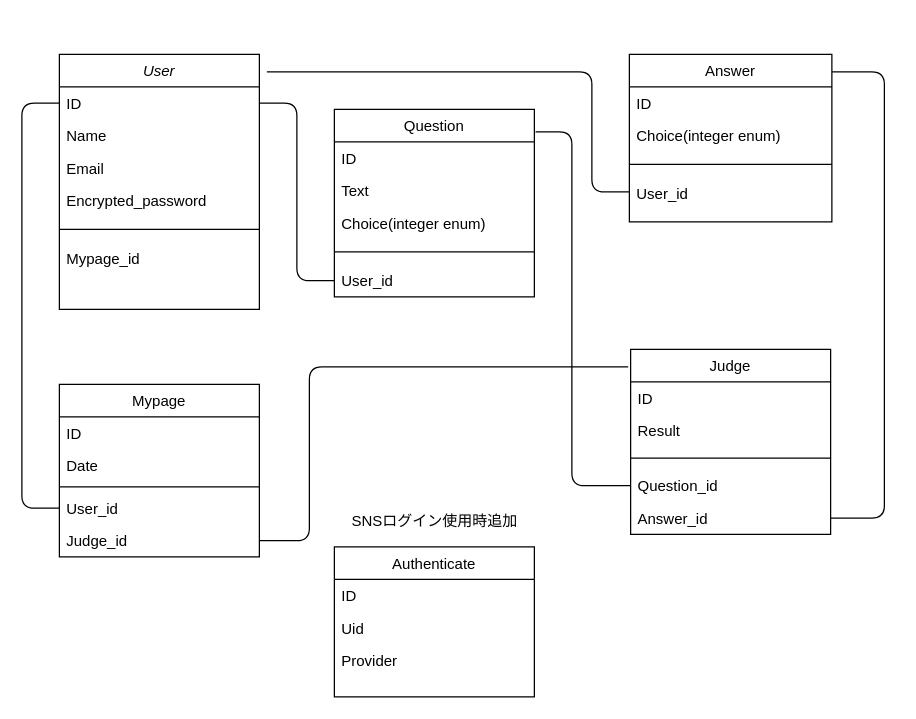
This is ER図.drawio from kyohei-917/meat_head, a draw.io file, before an edit. Source tidied: cells renumbered, new cells numbered last; positions are measured from the earlier drawing's top-left corner, leaving out a move shared by most shapes. Both pictures are drawn from the tidied source at 125%, with x=0, y=0 at pixel (21, 54).
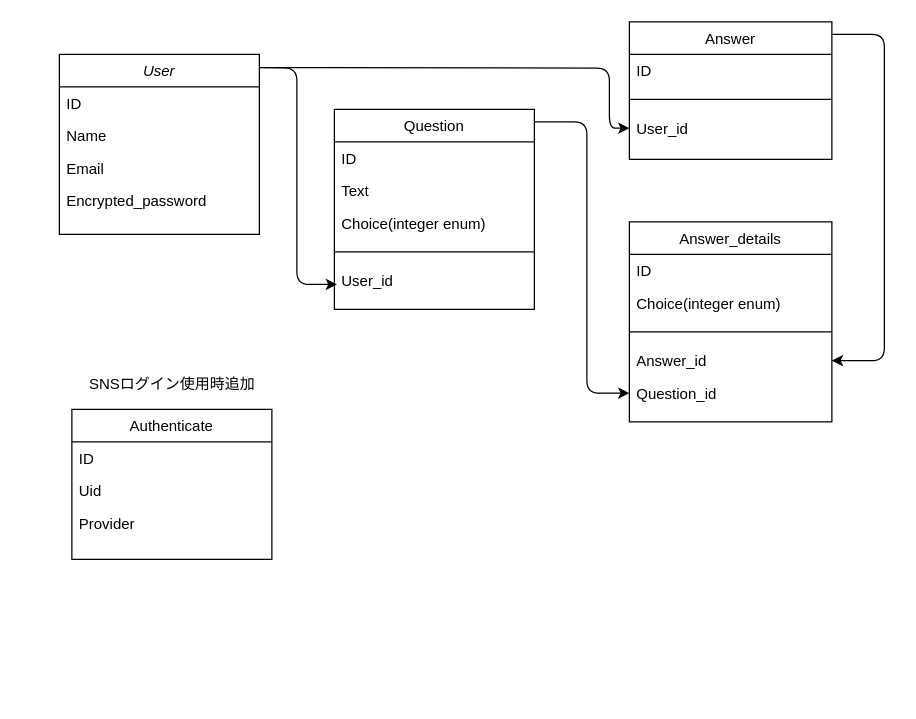
After the change.

The change refers to these unchanged cells:
```xml
<mxCell id="3" value="ID" style="text;align=left;verticalAlign=top;spacingLeft=4;spacingRight=4;overflow=hidden;points=[[0,0.5],[1,0.5]];portConstraint=eastwest;" parent="2" vertex="1">
  <mxGeometry y="26" width="160" height="26" as="geometry" />
</mxCell>
```

Change to the diagram source:
```diff
@@
     <mxCell id="2" value="User" style="swimlane;fontStyle=2;align=center;verticalAlign=top;horizontal=1;startSize=26;rounded=0;shadow=0;strokeWidth=1;" parent="1" vertex="1">
-      <mxGeometry x="30" width="160" height="204" as="geometry" />
+      <mxGeometry x="30" width="160" height="144" as="geometry" />
     </mxCell>
@@
-    <mxCell id="7" style="line;html=1;strokeWidth=1;align=left;verticalAlign=middle;spacingTop=-1;spacingLeft=3;spacingRight=3;labelPosition=right;" parent="2" vertex="1">
-      <mxGeometry y="130" width="160" height="20" as="geometry" />
-    </mxCell>
-    <mxCell id="8" value="Mypage_id" style="text;align=left;verticalAlign=top;spacingLeft=4;spacingRight=4;overflow=hidden;rounded=0;shadow=0;html=0;" parent="2" vertex="1">
-      <mxGeometry y="150" width="160" height="26" as="geometry" />
-    </mxCell>
-    <mxCell id="9" value="Judge" style="swimlane;fontStyle=0;align=center;verticalAlign=top;horizontal=1;startSize=26;rounded=0;shadow=0;strokeWidth=1;" parent="1" vertex="1">
-      <mxGeometry x="487" y="236" width="160" height="148" as="geometry" />
-    </mxCell>
-    <mxCell id="10" value="ID" style="text;align=left;verticalAlign=top;spacingLeft=4;spacingRight=4;overflow=hidden;" parent="9" vertex="1">
-      <mxGeometry y="26" width="160" height="26" as="geometry" />
-    </mxCell>
-    <mxCell id="11" value="Result" style="text;align=left;verticalAlign=top;spacingLeft=4;spacingRight=4;overflow=hidden;" parent="9" vertex="1">
-      <mxGeometry y="52" width="160" height="26" as="geometry" />
-    </mxCell>
-    <mxCell id="12" style="line;html=1;strokeWidth=1;align=left;verticalAlign=middle;spacingTop=-1;spacingLeft=3;spacingRight=3;labelPosition=right;" parent="9" vertex="1">
-      <mxGeometry y="78" width="160" height="18" as="geometry" />
-    </mxCell>
-    <mxCell id="13" value="Question_id" style="text;align=left;verticalAlign=top;spacingLeft=4;spacingRight=4;overflow=hidden;points=[[0,0.5],[1,0.5]];portConstraint=eastwest;" parent="9" vertex="1">
-      <mxGeometry y="96" width="160" height="26" as="geometry" />
-    </mxCell>
-    <mxCell id="14" value="Answer_id" style="text;align=left;verticalAlign=top;spacingLeft=4;spacingRight=4;overflow=hidden;points=[[0,0.5],[1,0.5]];portConstraint=eastwest;" parent="9" vertex="1">
-      <mxGeometry y="122" width="160" height="26" as="geometry" />
-    </mxCell>
-    <mxCell id="15" value="Mypage" style="swimlane;fontStyle=0;align=center;verticalAlign=top;horizontal=1;startSize=26;rounded=0;shadow=0;strokeWidth=1;" parent="1" vertex="1">
-      <mxGeometry x="30" y="264" width="160" height="138" as="geometry" />
-    </mxCell>
-    <mxCell id="16" value="ID" style="text;align=left;verticalAlign=top;spacingLeft=4;spacingRight=4;overflow=hidden;" parent="15" vertex="1">
-      <mxGeometry y="26" width="160" height="26" as="geometry" />
-    </mxCell>
-    <mxCell id="17" value="Date" style="text;align=left;verticalAlign=top;spacingLeft=4;spacingRight=4;overflow=hidden;" parent="15" vertex="1">
-      <mxGeometry y="52" width="160" height="26" as="geometry" />
-    </mxCell>
-    <mxCell id="18" style="line;html=1;strokeWidth=1;align=left;verticalAlign=middle;spacingTop=-1;spacingLeft=3;spacingRight=3;labelPosition=right;" parent="15" vertex="1">
-      <mxGeometry y="78" width="160" height="8" as="geometry" />
-    </mxCell>
-    <mxCell id="19" value="User_id" style="text;align=left;verticalAlign=top;spacingLeft=4;spacingRight=4;overflow=hidden;points=[[0,0.5],[1,0.5]];portConstraint=eastwest;" parent="15" vertex="1">
-      <mxGeometry y="86" width="160" height="26" as="geometry" />
-    </mxCell>
-    <mxCell id="20" value="Judge_id" style="text;align=left;verticalAlign=top;spacingLeft=4;spacingRight=4;overflow=hidden;points=[[0,0.5],[1,0.5]];portConstraint=eastwest;" parent="15" vertex="1">
-      <mxGeometry y="112" width="160" height="26" as="geometry" />
-    </mxCell>
     <mxCell id="21" value="Question" style="swimlane;fontStyle=0;align=center;verticalAlign=top;horizontal=1;startSize=26;rounded=0;shadow=0;strokeWidth=1;" parent="1" vertex="1">
-      <mxGeometry x="250" y="44" width="160" height="150" as="geometry" />
+      <mxGeometry x="250" y="44" width="160" height="160" as="geometry" />
     </mxCell>
@@
     <mxCell id="26" value="User_id" style="text;align=left;verticalAlign=top;spacingLeft=4;spacingRight=4;overflow=hidden;points=[[0,0.5],[1,0.5]];portConstraint=eastwest;rounded=0;shadow=0;html=0;" parent="21" vertex="1">
-      <mxGeometry y="124" width="160" height="26" as="geometry" />
+      <mxGeometry y="124" width="160" height="16" as="geometry" />
     </mxCell>
-    <mxCell id="27" value="Answer" style="swimlane;fontStyle=0;align=center;verticalAlign=top;horizontal=1;startSize=26;rounded=0;shadow=0;strokeWidth=1;" parent="1" vertex="1">
-      <mxGeometry x="486" width="162" height="134" as="geometry" />
+    <mxCell id="27" value="Answer_details" style="swimlane;fontStyle=0;align=center;verticalAlign=top;horizontal=1;startSize=26;rounded=0;shadow=0;strokeWidth=1;" parent="1" vertex="1">
+      <mxGeometry x="486" y="134" width="162" height="160" as="geometry" />
     </mxCell>
@@
-    <mxCell id="31" value="User_id" style="text;align=left;verticalAlign=top;spacingLeft=4;spacingRight=4;overflow=hidden;points=[[0,0.5],[1,0.5]];portConstraint=eastwest;fontStyle=0;" parent="27" vertex="1">
-      <mxGeometry y="98" width="162" height="26" as="geometry" />
-    </mxCell>
+    <mxCell id="14" value="Answer_id" style="text;align=left;verticalAlign=top;spacingLeft=4;spacingRight=4;overflow=hidden;points=[[0,0.5],[1,0.5]];portConstraint=eastwest;rounded=0;shadow=0;html=0;" parent="27" vertex="1">
+      <mxGeometry y="98" width="162" height="26" as="geometry" />
+    </mxCell>
+    <mxCell id="13" value="Question_id" style="text;align=left;verticalAlign=top;spacingLeft=4;spacingRight=4;overflow=hidden;points=[[0,0.5],[1,0.5]];portConstraint=eastwest;fontStyle=0;" parent="27" vertex="1">
+      <mxGeometry y="124" width="162" height="26" as="geometry" />
+    </mxCell>
     <mxCell id="32" value="Authenticate" style="swimlane;fontStyle=0;align=center;verticalAlign=top;horizontal=1;startSize=26;rounded=0;shadow=0;strokeWidth=1;" parent="1" vertex="1">
-      <mxGeometry x="250" y="394" width="160" height="120" as="geometry" />
+      <mxGeometry x="40" y="284" width="160" height="120" as="geometry" />
     </mxCell>
@@
     <mxCell id="36" value="SNSログイン使用時追加" style="text;html=1;align=center;verticalAlign=middle;" parent="1" vertex="1">
-      <mxGeometry x="255" y="364" width="150" height="20" as="geometry" />
+      <mxGeometry x="45" y="254" width="150" height="20" as="geometry" />
     </mxCell>
-    <mxCell id="37" style="endArrow=none;html=1;exitX=1;exitY=0.5;exitDx=0;exitDy=0;entryX=0;entryY=0.5;entryDx=0;entryDy=0;" parent="1" edge="1" source="3" target="26">
-      <mxGeometry relative="1" as="geometry">
-        <Array as="points">
-          <mxPoint x="220" y="39" />
-          <mxPoint x="220" y="181" />
-        </Array>
-      </mxGeometry>
-    </mxCell>
-    <mxCell id="38" style="endArrow=none;html=1;exitX=1;exitY=0.5;exitDx=0;exitDy=0;" parent="1" edge="1">
-      <mxGeometry relative="1" as="geometry">
-        <mxPoint x="196" y="14" as="sourcePoint" />
-        <mxPoint x="486" y="110" as="targetPoint" />
-        <Array as="points">
-          <mxPoint x="226" y="14" />
-          <mxPoint x="456" y="14" />
-          <mxPoint x="456" y="110" />
-        </Array>
-      </mxGeometry>
-    </mxCell>
-    <mxCell id="39" style="endArrow=none;html=1;entryX=0;entryY=0.5;entryDx=0;entryDy=0;exitX=0;exitY=0.5;exitDx=0;exitDy=0;" parent="1" edge="1" source="19" target="3">
-      <mxGeometry relative="1" as="geometry">
-        <Array as="points">
-          <mxPoint y="363" />
-          <mxPoint y="39" />
-        </Array>
-      </mxGeometry>
-    </mxCell>
-    <mxCell id="40" style="endArrow=none;html=1;entryX=1.006;entryY=0.12;entryDx=0;entryDy=0;entryPerimeter=0;exitX=0;exitY=0.5;exitDx=0;exitDy=0;" parent="1" edge="1" source="13" target="21">
-      <mxGeometry relative="1" as="geometry">
-        <Array as="points">
-          <mxPoint x="440" y="345" />
-          <mxPoint x="440" y="62" />
-        </Array>
-      </mxGeometry>
-    </mxCell>
-    <mxCell id="41" style="endArrow=none;html=1;entryX=1;entryY=0.104;entryDx=0;entryDy=0;entryPerimeter=0;exitX=1;exitY=0.5;exitDx=0;exitDy=0;" parent="1" edge="1" source="14" target="27">
-      <mxGeometry relative="1" as="geometry">
-        <Array as="points">
-          <mxPoint x="690" y="371" />
-          <mxPoint x="690" y="14" />
-        </Array>
-      </mxGeometry>
-    </mxCell>
-    <mxCell id="42" style="endArrow=none;html=1;entryX=-0.012;entryY=0.095;entryDx=0;entryDy=0;entryPerimeter=0;exitX=1;exitY=0.5;exitDx=0;exitDy=0;" parent="1" edge="1" source="20" target="9">
-      <mxGeometry relative="1" as="geometry">
-        <Array as="points">
-          <mxPoint x="230" y="389" />
-          <mxPoint x="230" y="250" />
-        </Array>
-      </mxGeometry>
-    </mxCell>
+    <mxCell id="43" value="Answer" style="swimlane;fontStyle=0;align=center;verticalAlign=top;horizontal=1;startSize=26;rounded=0;shadow=0;strokeWidth=1;" parent="1" vertex="1">
+      <mxGeometry x="486" y="-26" width="162" height="110" as="geometry" />
+    </mxCell>
+    <mxCell id="44" value="ID" style="text;align=left;verticalAlign=top;spacingLeft=4;spacingRight=4;overflow=hidden;rounded=0;shadow=0;html=0;" parent="43" vertex="1">
+      <mxGeometry y="26" width="162" height="26" as="geometry" />
+    </mxCell>
+    <mxCell id="45" style="line;html=1;strokeWidth=1;align=left;verticalAlign=middle;spacingTop=-1;spacingLeft=3;spacingRight=3;labelPosition=right;" parent="43" vertex="1">
+      <mxGeometry y="52" width="162" height="20" as="geometry" />
+    </mxCell>
+    <mxCell id="31" value="User_id" style="text;align=left;verticalAlign=top;spacingLeft=4;spacingRight=4;overflow=hidden;points=[[0,0.5],[1,0.5]];portConstraint=eastwest;fontStyle=0;" parent="43" vertex="1">
+      <mxGeometry y="72" width="162" height="26" as="geometry" />
+    </mxCell>
+    <mxCell id="46" style="endArrow=classic;html=1;exitX=1;exitY=0.091;exitDx=0;exitDy=0;exitPerimeter=0;entryX=1;entryY=0.5;entryDx=0;entryDy=0;" parent="1" edge="1" source="43" target="14">
+      <mxGeometry relative="1" as="geometry">
+        <Array as="points">
+          <mxPoint x="690" y="-16" />
+          <mxPoint x="690" y="245" />
+        </Array>
+      </mxGeometry>
+    </mxCell>
+    <mxCell id="47" style="endArrow=classic;html=1;exitX=1;exitY=0.091;exitDx=0;exitDy=0;exitPerimeter=0;entryX=0;entryY=0.5;entryDx=0;entryDy=0;" parent="1" edge="1" target="13">
+      <mxGeometry relative="1" as="geometry">
+        <mxPoint x="410" y="54" as="sourcePoint" />
+        <Array as="points">
+          <mxPoint x="452" y="54" />
+          <mxPoint x="452" y="271" />
+        </Array>
+      </mxGeometry>
+    </mxCell>
+    <mxCell id="48" style="endArrow=classic;html=1;exitX=1;exitY=0.091;exitDx=0;exitDy=0;exitPerimeter=0;entryX=0;entryY=0.5;entryDx=0;entryDy=0;" parent="1" edge="1" target="31">
+      <mxGeometry relative="1" as="geometry">
+        <mxPoint x="190" y="10.5" as="sourcePoint" />
+        <Array as="points">
+          <mxPoint x="232" y="10.5" />
+          <mxPoint x="470" y="11" />
+          <mxPoint x="470" y="59" />
+        </Array>
+      </mxGeometry>
+    </mxCell>
+    <mxCell id="49" style="endArrow=classic;html=1;exitX=1;exitY=0.091;exitDx=0;exitDy=0;exitPerimeter=0;entryX=0.013;entryY=1;entryDx=0;entryDy=0;entryPerimeter=0;" parent="1" edge="1" target="26">
+      <mxGeometry relative="1" as="geometry">
+        <mxPoint x="190" y="10.5" as="sourcePoint" />
+        <Array as="points">
+          <mxPoint x="220" y="11" />
+          <mxPoint x="220" y="184" />
+        </Array>
+      </mxGeometry>
+    </mxCell>
```
